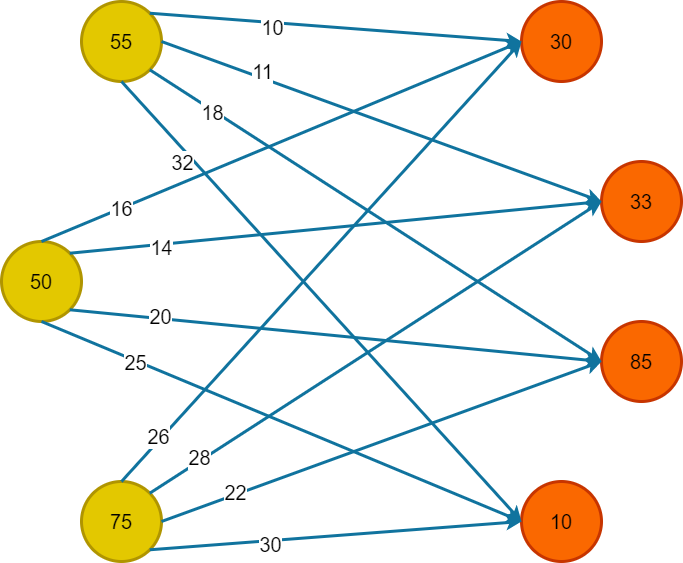
Earlier version of the draw.io export Диаграмма без названия.drawio.png (Che10vec/temp). Source tidied: cells renumbered, new cells last; positions are measured from the earlier drawing's top-left corner, leaving out a move shared by most shapes. The source it was exported from:
```xml
<mxGraphModel>
  <root>
    <mxCell id="0" />
    <mxCell id="1" parent="0" />
    <mxCell id="2" value="55" style="ellipse;whiteSpace=wrap;html=1;fillColor=#e3c800;strokeColor=#B09500;strokeWidth=3;fontColor=#000000;fontSize=20;" parent="1" vertex="1">
      <mxGeometry x="80" width="80" height="80" as="geometry" />
    </mxCell>
    <mxCell id="3" value="30" style="ellipse;whiteSpace=wrap;html=1;strokeWidth=3;fillColor=#fa6800;strokeColor=#C73500;fontColor=#000000;fontSize=20;" parent="1" vertex="1">
      <mxGeometry x="520" width="80" height="80" as="geometry" />
    </mxCell>
    <mxCell id="4" value="50" style="ellipse;whiteSpace=wrap;html=1;fillColor=#e3c800;strokeColor=#B09500;strokeWidth=3;fontColor=#000000;fontSize=20;" parent="1" vertex="1">
      <mxGeometry y="240" width="80" height="80" as="geometry" />
    </mxCell>
    <mxCell id="5" value="33" style="ellipse;whiteSpace=wrap;html=1;strokeWidth=3;fillColor=#fa6800;strokeColor=#C73500;fontColor=#000000;fontSize=20;" parent="1" vertex="1">
      <mxGeometry x="600" y="160" width="80" height="80" as="geometry" />
    </mxCell>
    <mxCell id="6" value="85" style="ellipse;whiteSpace=wrap;html=1;strokeWidth=3;fillColor=#fa6800;strokeColor=#C73500;fontColor=#000000;fontSize=20;" parent="1" vertex="1">
      <mxGeometry x="600" y="320" width="80" height="80" as="geometry" />
    </mxCell>
    <mxCell id="7" value="75" style="ellipse;whiteSpace=wrap;html=1;fillColor=#e3c800;strokeColor=#B09500;strokeWidth=3;fontColor=#000000;fontSize=20;" parent="1" vertex="1">
      <mxGeometry x="80" y="480" width="80" height="80" as="geometry" />
    </mxCell>
    <mxCell id="8" value="10" style="ellipse;whiteSpace=wrap;html=1;strokeWidth=3;fillColor=#fa6800;strokeColor=#C73500;fontColor=#000000;fontSize=20;" parent="1" vertex="1">
      <mxGeometry x="520" y="480" width="80" height="80" as="geometry" />
    </mxCell>
    <mxCell id="9" style="endArrow=classic;html=1;rounded=0;exitX=1;exitY=0;exitDx=0;exitDy=0;entryX=0;entryY=0.5;entryDx=0;entryDy=0;strokeWidth=3;fillColor=#b1ddf0;strokeColor=#10739e;fontSize=20;" parent="1" edge="1" source="2" target="3">
      <mxGeometry relative="1" as="geometry" />
    </mxCell>
    <mxCell id="10" value="10" style="edgeLabel;html=1;align=center;verticalAlign=middle;fontSize=20;" parent="9" vertex="1">
      <mxGeometry x="-0.12" y="-1" relative="1" as="geometry">
        <mxPoint x="-42" as="offset" />
      </mxGeometry>
    </mxCell>
    <mxCell id="11" style="endArrow=classic;html=1;rounded=0;exitX=1;exitY=0.5;exitDx=0;exitDy=0;entryX=0;entryY=0.5;entryDx=0;entryDy=0;fillColor=#b1ddf0;strokeColor=#10739e;strokeWidth=3;fontSize=20;" parent="1" edge="1" source="2" target="5">
      <mxGeometry relative="1" as="geometry" />
    </mxCell>
    <mxCell id="12" value="11" style="edgeLabel;html=1;align=center;verticalAlign=middle;fontSize=20;" parent="11" vertex="1">
      <mxGeometry x="-0.37" y="5" relative="1" as="geometry">
        <mxPoint x="-40" y="-16" as="offset" />
      </mxGeometry>
    </mxCell>
    <mxCell id="13" style="endArrow=classic;html=1;rounded=0;exitX=0.5;exitY=1;exitDx=0;exitDy=0;entryX=0;entryY=0.5;entryDx=0;entryDy=0;fillColor=#b1ddf0;strokeColor=#10739e;strokeWidth=3;fontSize=20;" parent="1" edge="1" source="2" target="8">
      <mxGeometry relative="1" as="geometry" />
    </mxCell>
    <mxCell id="14" value="32" style="edgeLabel;html=1;align=center;verticalAlign=middle;fontSize=20;" parent="13" vertex="1">
      <mxGeometry x="-0.62" y="-2" relative="1" as="geometry">
        <mxPoint x="-14" y="-5" as="offset" />
      </mxGeometry>
    </mxCell>
    <mxCell id="15" style="endArrow=classic;html=1;rounded=0;exitX=1;exitY=1;exitDx=0;exitDy=0;entryX=0;entryY=0.5;entryDx=0;entryDy=0;fillColor=#b1ddf0;strokeColor=#10739e;strokeWidth=3;fontSize=20;" parent="1" edge="1" source="2" target="6">
      <mxGeometry relative="1" as="geometry" />
    </mxCell>
    <mxCell id="16" value="18" style="edgeLabel;html=1;align=center;verticalAlign=middle;fontSize=20;" parent="15" vertex="1">
      <mxGeometry x="-0.57" y="1" relative="1" as="geometry">
        <mxPoint x="-35" y="-19" as="offset" />
      </mxGeometry>
    </mxCell>
    <mxCell id="17" style="endArrow=classic;html=1;rounded=0;exitX=1;exitY=1;exitDx=0;exitDy=0;entryX=0;entryY=0.5;entryDx=0;entryDy=0;fillColor=#b1ddf0;strokeColor=#10739e;strokeWidth=3;fontSize=20;" parent="1" edge="1" source="7" target="8">
      <mxGeometry relative="1" as="geometry" />
    </mxCell>
    <mxCell id="18" value="30" style="edgeLabel;html=1;align=center;verticalAlign=middle;fontSize=20;" parent="17" vertex="1">
      <mxGeometry x="-0.36" y="-3" relative="1" as="geometry" />
    </mxCell>
    <mxCell id="19" style="endArrow=classic;html=1;rounded=0;exitX=0.5;exitY=1;exitDx=0;exitDy=0;entryX=0;entryY=0.5;entryDx=0;entryDy=0;fillColor=#b1ddf0;strokeColor=#10739e;strokeWidth=3;fontSize=20;" parent="1" edge="1" source="4" target="8">
      <mxGeometry relative="1" as="geometry" />
    </mxCell>
    <mxCell id="20" value="25" style="edgeLabel;html=1;align=center;verticalAlign=middle;fontSize=20;" parent="19" vertex="1">
      <mxGeometry x="-0.61" y="-1" relative="1" as="geometry">
        <mxPoint x="-1" as="offset" />
      </mxGeometry>
    </mxCell>
    <mxCell id="21" style="endArrow=classic;html=1;rounded=0;exitX=0.5;exitY=0;exitDx=0;exitDy=0;entryX=0;entryY=0.5;entryDx=0;entryDy=0;fillColor=#b1ddf0;strokeColor=#10739e;strokeWidth=3;fontSize=20;" parent="1" edge="1" source="4" target="3">
      <mxGeometry relative="1" as="geometry" />
    </mxCell>
    <mxCell id="22" value="16" style="edgeLabel;html=1;align=center;verticalAlign=middle;fontSize=20;" parent="21" vertex="1">
      <mxGeometry x="-0.67" relative="1" as="geometry">
        <mxPoint y="-1" as="offset" />
      </mxGeometry>
    </mxCell>
    <mxCell id="23" style="endArrow=classic;html=1;rounded=0;exitX=1;exitY=0;exitDx=0;exitDy=0;fillColor=#b1ddf0;strokeColor=#10739e;strokeWidth=3;entryX=0;entryY=0.5;entryDx=0;entryDy=0;fontSize=20;" parent="1" edge="1" source="4" target="5">
      <mxGeometry relative="1" as="geometry" />
    </mxCell>
    <mxCell id="24" value="14" style="edgeLabel;html=1;align=center;verticalAlign=middle;fontSize=20;" parent="23" vertex="1">
      <mxGeometry x="-0.66" y="-2" relative="1" as="geometry" />
    </mxCell>
    <mxCell id="25" style="endArrow=classic;html=1;rounded=0;exitX=1;exitY=1;exitDx=0;exitDy=0;entryX=0;entryY=0.5;entryDx=0;entryDy=0;fillColor=#b1ddf0;strokeColor=#10739e;strokeWidth=3;fontSize=20;" parent="1" edge="1" source="4" target="6">
      <mxGeometry relative="1" as="geometry" />
    </mxCell>
    <mxCell id="26" value="20" style="edgeLabel;html=1;align=center;verticalAlign=middle;fontSize=20;" parent="25" vertex="1">
      <mxGeometry x="-0.66" y="3" relative="1" as="geometry" />
    </mxCell>
    <mxCell id="27" style="endArrow=classic;html=1;rounded=0;exitX=0.5;exitY=0;exitDx=0;exitDy=0;entryX=0;entryY=0.5;entryDx=0;entryDy=0;fillColor=#b1ddf0;strokeColor=#10739e;strokeWidth=3;fontSize=20;" parent="1" edge="1" source="7" target="3">
      <mxGeometry relative="1" as="geometry" />
    </mxCell>
    <mxCell id="28" value="26" style="edgeLabel;html=1;align=center;verticalAlign=middle;fontSize=20;" parent="27" vertex="1">
      <mxGeometry x="-0.8" y="4" relative="1" as="geometry" />
    </mxCell>
    <mxCell id="29" style="endArrow=classic;html=1;rounded=0;exitX=1;exitY=0;exitDx=0;exitDy=0;entryX=0;entryY=0.5;entryDx=0;entryDy=0;fillColor=#b1ddf0;strokeColor=#10739e;strokeWidth=3;fontSize=20;" parent="1" edge="1" source="7" target="5">
      <mxGeometry relative="1" as="geometry" />
    </mxCell>
    <mxCell id="30" value="28" style="edgeLabel;html=1;align=center;verticalAlign=middle;fontSize=20;" parent="29" vertex="1">
      <mxGeometry x="-0.77" y="5" relative="1" as="geometry">
        <mxPoint x="1" as="offset" />
      </mxGeometry>
    </mxCell>
    <mxCell id="31" style="endArrow=classic;html=1;rounded=0;exitX=1;exitY=0.5;exitDx=0;exitDy=0;entryX=0;entryY=0.5;entryDx=0;entryDy=0;fillColor=#b1ddf0;strokeColor=#10739e;strokeWidth=3;fontSize=20;" parent="1" edge="1" source="7" target="6">
      <mxGeometry relative="1" as="geometry" />
    </mxCell>
    <mxCell id="32" value="22" style="edgeLabel;html=1;align=center;verticalAlign=middle;fontSize=20;" parent="31" vertex="1">
      <mxGeometry x="-0.66" y="2" relative="1" as="geometry">
        <mxPoint x="-1" as="offset" />
      </mxGeometry>
    </mxCell>
  </root>
</mxGraphModel>
```
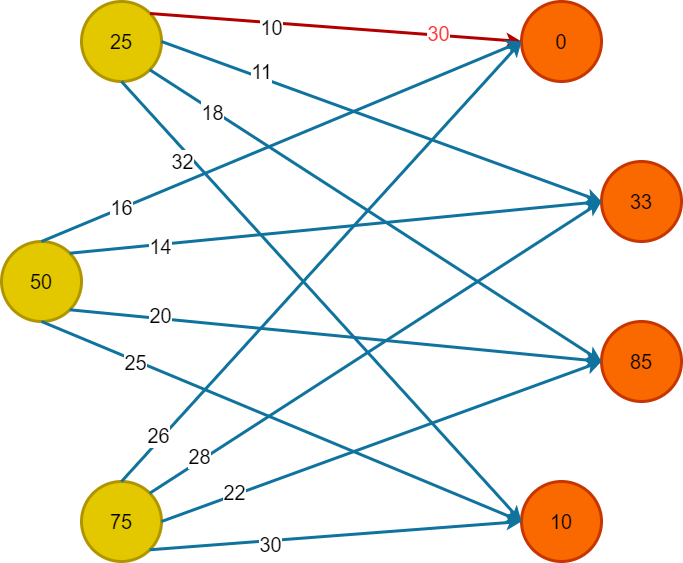
After the commit.

Change to the diagram source:
```diff
@@ -2,10 +2,10 @@
   <root>
     <mxCell id="0" />
     <mxCell id="1" parent="0" />
-    <mxCell id="2" value="55" style="ellipse;whiteSpace=wrap;html=1;fillColor=#e3c800;strokeColor=#B09500;strokeWidth=3;fontColor=#000000;fontSize=20;" parent="1" vertex="1">
+    <mxCell id="2" value="25" style="ellipse;whiteSpace=wrap;html=1;fillColor=#e3c800;strokeColor=#B09500;strokeWidth=3;fontColor=#000000;fontSize=20;" parent="1" vertex="1">
       <mxGeometry x="80" width="80" height="80" as="geometry" />
     </mxCell>
-    <mxCell id="3" value="30" style="ellipse;whiteSpace=wrap;html=1;strokeWidth=3;fillColor=#fa6800;strokeColor=#C73500;fontColor=#000000;fontSize=20;" parent="1" vertex="1">
+    <mxCell id="3" value="0" style="ellipse;whiteSpace=wrap;html=1;strokeWidth=3;fillColor=#fa6800;strokeColor=#C73500;fontColor=#000000;fontSize=20;" parent="1" vertex="1">
       <mxGeometry x="520" width="80" height="80" as="geometry" />
     </mxCell>
     <mxCell id="4" value="50" style="ellipse;whiteSpace=wrap;html=1;fillColor=#e3c800;strokeColor=#B09500;strokeWidth=3;fontColor=#000000;fontSize=20;" parent="1" vertex="1">
@@ -23,7 +23,7 @@
     <mxCell id="8" value="10" style="ellipse;whiteSpace=wrap;html=1;strokeWidth=3;fillColor=#fa6800;strokeColor=#C73500;fontColor=#000000;fontSize=20;" parent="1" vertex="1">
       <mxGeometry x="520" y="480" width="80" height="80" as="geometry" />
     </mxCell>
-    <mxCell id="9" style="endArrow=classic;html=1;rounded=0;exitX=1;exitY=0;exitDx=0;exitDy=0;entryX=0;entryY=0.5;entryDx=0;entryDy=0;strokeWidth=3;fillColor=#b1ddf0;strokeColor=#10739e;fontSize=20;" parent="1" edge="1" source="2" target="3">
+    <mxCell id="9" style="endArrow=classic;html=1;rounded=0;exitX=1;exitY=0;exitDx=0;exitDy=0;entryX=0;entryY=0.5;entryDx=0;entryDy=0;strokeWidth=3;fillColor=#e51400;strokeColor=#B20000;fontSize=20;" parent="1" edge="1" source="2" target="3">
       <mxGeometry relative="1" as="geometry" />
     </mxCell>
     <mxCell id="10" value="10" style="edgeLabel;html=1;align=center;verticalAlign=middle;fontSize=20;" parent="9" vertex="1">
@@ -31,6 +31,9 @@
         <mxPoint x="-42" as="offset" />
       </mxGeometry>
     </mxCell>
+    <mxCell id="33" value="30" style="edgeLabel;html=1;align=center;verticalAlign=middle;fontSize=20;fontColor=#FF3333;" parent="9" vertex="1">
+      <mxGeometry x="0.55" y="2" relative="1" as="geometry" />
+    </mxCell>
     <mxCell id="11" style="endArrow=classic;html=1;rounded=0;exitX=1;exitY=0.5;exitDx=0;exitDy=0;entryX=0;entryY=0.5;entryDx=0;entryDy=0;fillColor=#b1ddf0;strokeColor=#10739e;strokeWidth=3;fontSize=20;" parent="1" edge="1" source="2" target="5">
       <mxGeometry relative="1" as="geometry" />
     </mxCell>
```
